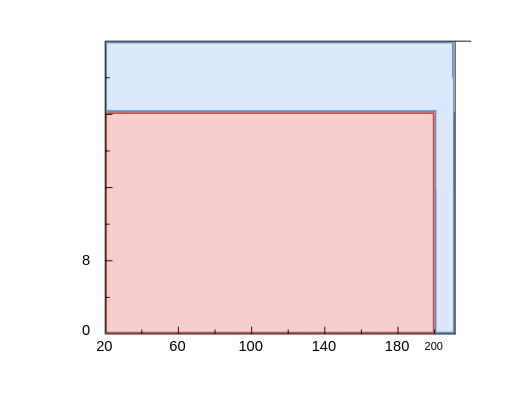
Before: Untitled Diagram.drawio in Hudson-Liu/Diagrams, a draw.io diagram. Source tidied: cells renumbered, new cells numbered last; positions are measured from the earlier drawing's top-left corner, leaving out a move shared by most shapes. Both pictures are drawn from the tidied source at 183%, with x=0, y=0 at pixel (31, 40).
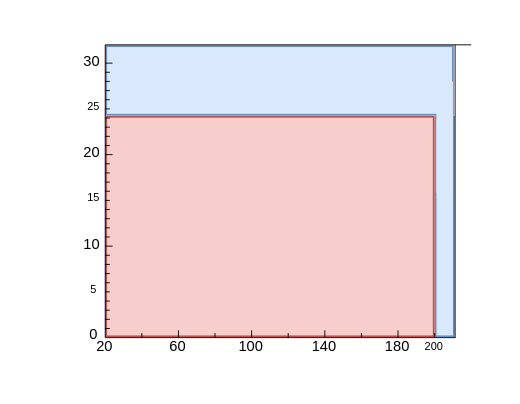
The same page after the edit.

Change to the diagram source:
```diff
@@
+    <mxCell id="34" value="&lt;font style=&quot;font-size: 6px;&quot;&gt;15&lt;/font&gt;" style="text;html=1;align=center;verticalAlign=middle;whiteSpace=wrap;rounded=0;" parent="1" vertex="1">
+      <mxGeometry x="4" y="69" width="60" height="30" as="geometry" />
+    </mxCell>
+    <mxCell id="35" value="&lt;font style=&quot;font-size: 8px;&quot;&gt;20&lt;/font&gt;" style="text;html=1;align=center;verticalAlign=middle;whiteSpace=wrap;rounded=0;" parent="1" vertex="1">
+      <mxGeometry x="3" y="45" width="60" height="30" as="geometry" />
+    </mxCell>
+    <mxCell id="36" value="&lt;font style=&quot;font-size: 8px;&quot;&gt;10&lt;/font&gt;" style="text;html=1;align=center;verticalAlign=middle;whiteSpace=wrap;rounded=0;" parent="1" vertex="1">
+      <mxGeometry x="3" y="95" width="60" height="30" as="geometry" />
+    </mxCell>
@@
     <mxCell id="3" style="rounded=0;whiteSpace=wrap;html=1;fillColor=#dae8fc;strokeColor=#6c8ebf;" parent="1" vertex="1">
-      <mxGeometry x="220.5" y="39.3" width="10" height="120" as="geometry" />
+      <mxGeometry x="220.5" y="41.3" width="10" height="120" as="geometry" />
     </mxCell>
     <mxCell id="4" style="rounded=0;whiteSpace=wrap;html=1;fillColor=#dae8fc;strokeColor=#6c8ebf;" parent="1" vertex="1">
-      <mxGeometry x="40.5" y="0.7" width="189.5" height="37.5" as="geometry" />
+      <mxGeometry x="40.5" y="2.7" width="189.5" height="37.5" as="geometry" />
     </mxCell>
     <mxCell id="5" style="rounded=0;whiteSpace=wrap;html=1;fillColor=#f8cecc;strokeColor=#b85450;" parent="1" vertex="1">
-      <mxGeometry x="40.5" y="39.3" width="179" height="120" as="geometry" />
+      <mxGeometry x="40.5" y="41.3" width="179" height="120" as="geometry" />
     </mxCell>
     <mxCell id="6" style="endArrow=none;html=1;rounded=0;strokeWidth=0.5;" parent="1" edge="1">
       <mxGeometry relative="1" as="geometry">
-        <mxPoint x="40" y="160" as="sourcePoint" />
-        <mxPoint x="231.5" y="160" as="targetPoint" />
+        <mxPoint x="40" y="162" as="sourcePoint" />
+        <mxPoint x="231.5" y="162" as="targetPoint" />
       </mxGeometry>
     </mxCell>
     <mxCell id="7" style="endArrow=none;html=1;rounded=0;strokeWidth=0.5;" parent="1" edge="1">
       <mxGeometry relative="1" as="geometry">
-        <mxPoint x="40" y="160" as="sourcePoint" />
-        <mxPoint x="40" as="targetPoint" />
+        <mxPoint x="40" y="162" as="sourcePoint" />
+        <mxPoint x="40" y="2" as="targetPoint" />
       </mxGeometry>
     </mxCell>
     <mxCell id="8" style="endArrow=none;html=1;rounded=0;strokeWidth=0.5;" parent="1" edge="1">
       <mxGeometry relative="1" as="geometry">
-        <mxPoint x="40" as="sourcePoint" />
-        <mxPoint x="240" as="targetPoint" />
+        <mxPoint x="40" y="2" as="sourcePoint" />
+        <mxPoint x="240" y="2" as="targetPoint" />
       </mxGeometry>
     </mxCell>
     <mxCell id="9" style="endArrow=none;html=1;rounded=0;strokeWidth=0.5;" parent="1" edge="1">
       <mxGeometry relative="1" as="geometry">
-        <mxPoint x="231.2" y="160" as="sourcePoint" />
-        <mxPoint x="231.2" as="targetPoint" />
+        <mxPoint x="231.2" y="162" as="sourcePoint" />
+        <mxPoint x="231.2" y="2" as="targetPoint" />
       </mxGeometry>
     </mxCell>
     <mxCell id="10" style="endArrow=none;html=1;rounded=0;strokeWidth=0.5;arcSize=20;" parent="1" edge="1">
       <mxGeometry relative="1" as="geometry">
-        <mxPoint x="60" y="160" as="sourcePoint" />
-        <mxPoint x="60" y="157.5" as="targetPoint" />
+        <mxPoint x="60" y="162" as="sourcePoint" />
+        <mxPoint x="60" y="159.5" as="targetPoint" />
       </mxGeometry>
     </mxCell>
     <mxCell id="11" style="endArrow=none;html=1;rounded=0;strokeWidth=0.5;arcSize=20;" parent="1" edge="1">
       <mxGeometry relative="1" as="geometry">
-        <mxPoint x="80" y="160" as="sourcePoint" />
-        <mxPoint x="80" y="156" as="targetPoint" />
+        <mxPoint x="80" y="162" as="sourcePoint" />
+        <mxPoint x="80" y="158" as="targetPoint" />
       </mxGeometry>
     </mxCell>
     <mxCell id="12" style="endArrow=none;html=1;rounded=0;strokeWidth=0.5;arcSize=20;" parent="1" edge="1">
       <mxGeometry relative="1" as="geometry">
-        <mxPoint x="100" y="160" as="sourcePoint" />
-        <mxPoint x="100" y="157.5" as="targetPoint" />
+        <mxPoint x="100" y="162" as="sourcePoint" />
+        <mxPoint x="100" y="159.5" as="targetPoint" />
       </mxGeometry>
     </mxCell>
     <mxCell id="13" style="endArrow=none;html=1;rounded=0;strokeWidth=0.5;arcSize=20;" parent="1" edge="1">
       <mxGeometry relative="1" as="geometry">
-        <mxPoint x="160" y="160" as="sourcePoint" />
-        <mxPoint x="160" y="156" as="targetPoint" />
+        <mxPoint x="160" y="162" as="sourcePoint" />
+        <mxPoint x="160" y="158" as="targetPoint" />
       </mxGeometry>
     </mxCell>
     <mxCell id="14" style="endArrow=none;html=1;rounded=0;strokeWidth=0.5;arcSize=20;" parent="1" edge="1">
       <mxGeometry relative="1" as="geometry">
-        <mxPoint x="120" y="160" as="sourcePoint" />
-        <mxPoint x="120" y="156" as="targetPoint" />
+        <mxPoint x="120" y="162" as="sourcePoint" />
+        <mxPoint x="120" y="158" as="targetPoint" />
       </mxGeometry>
     </mxCell>
     <mxCell id="15" style="endArrow=none;html=1;rounded=0;strokeWidth=0.5;arcSize=20;" parent="1" edge="1">
       <mxGeometry relative="1" as="geometry">
-        <mxPoint x="200" y="160" as="sourcePoint" />
-        <mxPoint x="200" y="156" as="targetPoint" />
+        <mxPoint x="200" y="162" as="sourcePoint" />
+        <mxPoint x="200" y="158" as="targetPoint" />
       </mxGeometry>
     </mxCell>
     <mxCell id="16" style="endArrow=none;html=1;rounded=0;strokeWidth=0.5;arcSize=20;" parent="1" edge="1">
       <mxGeometry relative="1" as="geometry">
-        <mxPoint x="140" y="160" as="sourcePoint" />
-        <mxPoint x="140" y="157.5" as="targetPoint" />
+        <mxPoint x="140" y="162" as="sourcePoint" />
+        <mxPoint x="140" y="159.5" as="targetPoint" />
       </mxGeometry>
     </mxCell>
     <mxCell id="17" style="endArrow=none;html=1;rounded=0;strokeWidth=0.5;arcSize=20;" parent="1" edge="1">
       <mxGeometry relative="1" as="geometry">
-        <mxPoint x="180" y="160" as="sourcePoint" />
-        <mxPoint x="180" y="157.5" as="targetPoint" />
+        <mxPoint x="180" y="162" as="sourcePoint" />
+        <mxPoint x="180" y="159.5" as="targetPoint" />
       </mxGeometry>
     </mxCell>
     <mxCell id="18" style="endArrow=none;html=1;rounded=0;strokeWidth=0.5;arcSize=20;" parent="1" edge="1">
       <mxGeometry relative="1" as="geometry">
-        <mxPoint x="220" y="160" as="sourcePoint" />
-        <mxPoint x="220" y="157.5" as="targetPoint" />
+        <mxPoint x="220" y="162" as="sourcePoint" />
+        <mxPoint x="220" y="159.5" as="targetPoint" />
       </mxGeometry>
     </mxCell>
-    <mxCell id="19" style="endArrow=none;html=1;rounded=0;strokeWidth=0.5;arcSize=20;" parent="1" edge="1">
-      <mxGeometry relative="1" as="geometry">
-        <mxPoint x="40" y="140" as="sourcePoint" />
-        <mxPoint x="42.5" y="140" as="targetPoint" />
-      </mxGeometry>
-    </mxCell>
     <mxCell id="20" style="endArrow=none;html=1;rounded=0;strokeWidth=0.5;arcSize=20;" parent="1" edge="1">
       <mxGeometry relative="1" as="geometry">
-        <mxPoint x="44" y="120" as="sourcePoint" />
-        <mxPoint x="40" y="120" as="targetPoint" />
+        <mxPoint x="44" y="112" as="sourcePoint" />
+        <mxPoint x="40" y="112" as="targetPoint" />
       </mxGeometry>
     </mxCell>
-    <mxCell id="21" style="endArrow=none;html=1;rounded=0;strokeWidth=0.5;arcSize=20;" parent="1" edge="1">
-      <mxGeometry relative="1" as="geometry">
-        <mxPoint x="40" y="100" as="sourcePoint" />
-        <mxPoint x="42.5" y="100" as="targetPoint" />
-      </mxGeometry>
-    </mxCell>
-    <mxCell id="22" style="endArrow=none;html=1;rounded=0;strokeWidth=0.5;arcSize=20;" parent="1" edge="1">
-      <mxGeometry relative="1" as="geometry">
-        <mxPoint x="40" y="60" as="sourcePoint" />
-        <mxPoint x="42.5" y="60" as="targetPoint" />
-      </mxGeometry>
-    </mxCell>
-    <mxCell id="23" style="endArrow=none;html=1;rounded=0;strokeWidth=0.5;arcSize=20;" parent="1" edge="1">
-      <mxGeometry relative="1" as="geometry">
-        <mxPoint x="44" y="40" as="sourcePoint" />
-        <mxPoint x="40" y="40" as="targetPoint" />
-      </mxGeometry>
-    </mxCell>
     <mxCell id="24" style="endArrow=none;html=1;rounded=0;strokeWidth=0.5;arcSize=20;" parent="1" edge="1">
       <mxGeometry relative="1" as="geometry">
-        <mxPoint x="44" y="80" as="sourcePoint" />
-        <mxPoint x="40" y="80" as="targetPoint" />
+        <mxPoint x="44" y="62" as="sourcePoint" />
+        <mxPoint x="40" y="62" as="targetPoint" />
       </mxGeometry>
     </mxCell>
     <mxCell id="25" style="endArrow=none;html=1;rounded=0;strokeWidth=0.5;arcSize=20;" parent="1" edge="1">
       <mxGeometry relative="1" as="geometry">
-        <mxPoint x="40" y="20" as="sourcePoint" />
-        <mxPoint x="42.5" y="20" as="targetPoint" />
+        <mxPoint x="40" y="22" as="sourcePoint" />
+        <mxPoint x="42.5" y="22" as="targetPoint" />
       </mxGeometry>
     </mxCell>
     <mxCell id="26" style="rounded=0;whiteSpace=wrap;html=1;fillColor=#dae8fc;strokeColor=none;" parent="1" vertex="1">
-      <mxGeometry x="221" y="20" width="9" height="61" as="geometry" />
+      <mxGeometry x="221" y="22" width="9" height="61" as="geometry" />
     </mxCell>
@@
     <mxCell id="32" value="&lt;font style=&quot;font-size: 8px;&quot;&gt;0&lt;/font&gt;" style="text;html=1;align=center;verticalAlign=middle;whiteSpace=wrap;rounded=0;" parent="1" vertex="1">
-      <mxGeometry y="142" width="60" height="30" as="geometry" />
+      <mxGeometry x="4" y="144" width="60" height="30" as="geometry" />
     </mxCell>
-    <mxCell id="33" value="&lt;font style=&quot;font-size: 8px;&quot;&gt;8&lt;/font&gt;" style="text;html=1;align=center;verticalAlign=middle;whiteSpace=wrap;rounded=0;" parent="1" vertex="1">
-      <mxGeometry y="104" width="60" height="30" as="geometry" />
-    </mxCell>
+    <mxCell id="37" value="&lt;font style=&quot;font-size: 8px;&quot;&gt;30&lt;/font&gt;" style="text;html=1;align=center;verticalAlign=middle;whiteSpace=wrap;rounded=0;" parent="1" vertex="1">
+      <mxGeometry x="3" y="-5" width="60" height="30" as="geometry" />
+    </mxCell>
+    <mxCell id="38" style="endArrow=none;html=1;rounded=0;strokeWidth=0.5;arcSize=20;" parent="1" edge="1">
+      <mxGeometry relative="1" as="geometry">
+        <mxPoint x="40" y="87" as="sourcePoint" />
+        <mxPoint x="42.5" y="87" as="targetPoint" />
+      </mxGeometry>
+    </mxCell>
+    <mxCell id="39" style="endArrow=none;html=1;rounded=0;strokeWidth=0.5;arcSize=20;" parent="1" edge="1">
+      <mxGeometry relative="1" as="geometry">
+        <mxPoint x="40" y="92" as="sourcePoint" />
+        <mxPoint x="42.5" y="92" as="targetPoint" />
+      </mxGeometry>
+    </mxCell>
+    <mxCell id="40" style="endArrow=none;html=1;rounded=0;strokeWidth=0.5;arcSize=20;" parent="1" edge="1">
+      <mxGeometry relative="1" as="geometry">
+        <mxPoint x="40" y="97" as="sourcePoint" />
+        <mxPoint x="42.5" y="97" as="targetPoint" />
+      </mxGeometry>
+    </mxCell>
+    <mxCell id="41" style="endArrow=none;html=1;rounded=0;strokeWidth=0.5;arcSize=20;" parent="1" edge="1">
+      <mxGeometry relative="1" as="geometry">
+        <mxPoint x="40" y="102" as="sourcePoint" />
+        <mxPoint x="42.5" y="102" as="targetPoint" />
+      </mxGeometry>
+    </mxCell>
+    <mxCell id="42" style="endArrow=none;html=1;rounded=0;strokeWidth=0.5;arcSize=20;" parent="1" edge="1">
+      <mxGeometry relative="1" as="geometry">
+        <mxPoint x="40" y="107" as="sourcePoint" />
+        <mxPoint x="42.5" y="107" as="targetPoint" />
+      </mxGeometry>
+    </mxCell>
+    <mxCell id="43" style="endArrow=none;html=1;rounded=0;strokeWidth=0.5;arcSize=20;" parent="1" edge="1">
+      <mxGeometry relative="1" as="geometry">
+        <mxPoint x="40" y="67" as="sourcePoint" />
+        <mxPoint x="42.5" y="67" as="targetPoint" />
+      </mxGeometry>
+    </mxCell>
+    <mxCell id="44" style="endArrow=none;html=1;rounded=0;strokeWidth=0.5;arcSize=20;" parent="1" edge="1">
+      <mxGeometry relative="1" as="geometry">
+        <mxPoint x="40" y="72" as="sourcePoint" />
+        <mxPoint x="42.5" y="72" as="targetPoint" />
+      </mxGeometry>
+    </mxCell>
+    <mxCell id="45" style="endArrow=none;html=1;rounded=0;strokeWidth=0.5;arcSize=20;" parent="1" edge="1">
+      <mxGeometry relative="1" as="geometry">
+        <mxPoint x="40" y="77" as="sourcePoint" />
+        <mxPoint x="42.5" y="77" as="targetPoint" />
+      </mxGeometry>
+    </mxCell>
+    <mxCell id="46" style="endArrow=none;html=1;rounded=0;strokeWidth=0.5;arcSize=20;" parent="1" edge="1">
+      <mxGeometry relative="1" as="geometry">
+        <mxPoint x="40" y="82" as="sourcePoint" />
+        <mxPoint x="42.5" y="82" as="targetPoint" />
+      </mxGeometry>
+    </mxCell>
+    <mxCell id="47" style="endArrow=none;html=1;rounded=0;strokeWidth=0.5;arcSize=20;" parent="1" edge="1">
+      <mxGeometry relative="1" as="geometry">
+        <mxPoint x="40" y="137" as="sourcePoint" />
+        <mxPoint x="42.5" y="137" as="targetPoint" />
+      </mxGeometry>
+    </mxCell>
+    <mxCell id="48" style="endArrow=none;html=1;rounded=0;strokeWidth=0.5;arcSize=20;" parent="1" edge="1">
+      <mxGeometry relative="1" as="geometry">
+        <mxPoint x="40" y="142" as="sourcePoint" />
+        <mxPoint x="42.5" y="142" as="targetPoint" />
+      </mxGeometry>
+    </mxCell>
+    <mxCell id="49" style="endArrow=none;html=1;rounded=0;strokeWidth=0.5;arcSize=20;" parent="1" edge="1">
+      <mxGeometry relative="1" as="geometry">
+        <mxPoint x="40" y="147" as="sourcePoint" />
+        <mxPoint x="42.5" y="147" as="targetPoint" />
+      </mxGeometry>
+    </mxCell>
+    <mxCell id="50" style="endArrow=none;html=1;rounded=0;strokeWidth=0.5;arcSize=20;" parent="1" edge="1">
+      <mxGeometry relative="1" as="geometry">
+        <mxPoint x="40" y="152" as="sourcePoint" />
+        <mxPoint x="42.5" y="152" as="targetPoint" />
+      </mxGeometry>
+    </mxCell>
+    <mxCell id="51" style="endArrow=none;html=1;rounded=0;strokeWidth=0.5;arcSize=20;" parent="1" edge="1">
+      <mxGeometry relative="1" as="geometry">
+        <mxPoint x="40" y="157" as="sourcePoint" />
+        <mxPoint x="42.5" y="157" as="targetPoint" />
+      </mxGeometry>
+    </mxCell>
+    <mxCell id="52" style="endArrow=none;html=1;rounded=0;strokeWidth=0.5;arcSize=20;" parent="1" edge="1">
+      <mxGeometry relative="1" as="geometry">
+        <mxPoint x="40" y="117" as="sourcePoint" />
+        <mxPoint x="42.5" y="117" as="targetPoint" />
+      </mxGeometry>
+    </mxCell>
+    <mxCell id="53" style="endArrow=none;html=1;rounded=0;strokeWidth=0.5;arcSize=20;" parent="1" edge="1">
+      <mxGeometry relative="1" as="geometry">
+        <mxPoint x="40" y="122" as="sourcePoint" />
+        <mxPoint x="42.5" y="122" as="targetPoint" />
+      </mxGeometry>
+    </mxCell>
+    <mxCell id="54" style="endArrow=none;html=1;rounded=0;strokeWidth=0.5;arcSize=20;" parent="1" edge="1">
+      <mxGeometry relative="1" as="geometry">
+        <mxPoint x="40" y="127" as="sourcePoint" />
+        <mxPoint x="42.5" y="127" as="targetPoint" />
+      </mxGeometry>
+    </mxCell>
+    <mxCell id="55" style="endArrow=none;html=1;rounded=0;strokeWidth=0.5;arcSize=20;" parent="1" edge="1">
+      <mxGeometry relative="1" as="geometry">
+        <mxPoint x="40" y="132" as="sourcePoint" />
+        <mxPoint x="42.5" y="132" as="targetPoint" />
+      </mxGeometry>
+    </mxCell>
+    <mxCell id="56" value="&lt;span style=&quot;font-size: 6px;&quot;&gt;5&lt;/span&gt;" style="text;html=1;align=center;verticalAlign=middle;whiteSpace=wrap;rounded=0;" parent="1" vertex="1">
+      <mxGeometry x="4" y="119" width="60" height="30" as="geometry" />
+    </mxCell>
+    <mxCell id="57" style="endArrow=none;html=1;rounded=0;strokeWidth=0.5;arcSize=20;" parent="1" edge="1">
+      <mxGeometry relative="1" as="geometry">
+        <mxPoint x="40" y="37" as="sourcePoint" />
+        <mxPoint x="42.5" y="37" as="targetPoint" />
+      </mxGeometry>
+    </mxCell>
+    <mxCell id="58" style="endArrow=none;html=1;rounded=0;strokeWidth=0.5;arcSize=20;" parent="1" edge="1">
+      <mxGeometry relative="1" as="geometry">
+        <mxPoint x="40" y="42" as="sourcePoint" />
+        <mxPoint x="42.5" y="42" as="targetPoint" />
+      </mxGeometry>
+    </mxCell>
+    <mxCell id="59" style="endArrow=none;html=1;rounded=0;strokeWidth=0.5;arcSize=20;" parent="1" edge="1">
+      <mxGeometry relative="1" as="geometry">
+        <mxPoint x="40" y="47" as="sourcePoint" />
+        <mxPoint x="42.5" y="47" as="targetPoint" />
+      </mxGeometry>
+    </mxCell>
+    <mxCell id="60" style="endArrow=none;html=1;rounded=0;strokeWidth=0.5;arcSize=20;" parent="1" edge="1">
+      <mxGeometry relative="1" as="geometry">
+        <mxPoint x="40" y="52" as="sourcePoint" />
+        <mxPoint x="42.5" y="52" as="targetPoint" />
+      </mxGeometry>
+    </mxCell>
+    <mxCell id="61" style="endArrow=none;html=1;rounded=0;strokeWidth=0.5;arcSize=20;" parent="1" edge="1">
+      <mxGeometry relative="1" as="geometry">
+        <mxPoint x="40" y="57" as="sourcePoint" />
+        <mxPoint x="42.5" y="57" as="targetPoint" />
+      </mxGeometry>
+    </mxCell>
+    <mxCell id="62" style="endArrow=none;html=1;rounded=0;strokeWidth=0.5;arcSize=20;" parent="1" edge="1">
+      <mxGeometry relative="1" as="geometry">
+        <mxPoint x="40" y="17" as="sourcePoint" />
+        <mxPoint x="42.5" y="17" as="targetPoint" />
+      </mxGeometry>
+    </mxCell>
+    <mxCell id="63" style="endArrow=none;html=1;rounded=0;strokeWidth=0.5;arcSize=20;" parent="1" edge="1">
+      <mxGeometry relative="1" as="geometry">
+        <mxPoint x="40" y="27" as="sourcePoint" />
+        <mxPoint x="42.5" y="27" as="targetPoint" />
+      </mxGeometry>
+    </mxCell>
+    <mxCell id="64" style="endArrow=none;html=1;rounded=0;strokeWidth=0.5;arcSize=20;" parent="1" edge="1">
+      <mxGeometry relative="1" as="geometry">
+        <mxPoint x="40" y="32" as="sourcePoint" />
+        <mxPoint x="42.5" y="32" as="targetPoint" />
+      </mxGeometry>
+    </mxCell>
+    <mxCell id="65" value="&lt;span style=&quot;font-size: 6px;&quot;&gt;25&lt;/span&gt;" style="text;html=1;align=center;verticalAlign=middle;whiteSpace=wrap;rounded=0;" parent="1" vertex="1">
+      <mxGeometry x="4" y="19" width="60" height="30" as="geometry" />
+    </mxCell>
+    <mxCell id="66" style="endArrow=none;html=1;rounded=0;strokeWidth=0.5;arcSize=20;" parent="1" edge="1">
+      <mxGeometry relative="1" as="geometry">
+        <mxPoint x="44" y="12" as="sourcePoint" />
+        <mxPoint x="40" y="12" as="targetPoint" />
+      </mxGeometry>
+    </mxCell>
```
